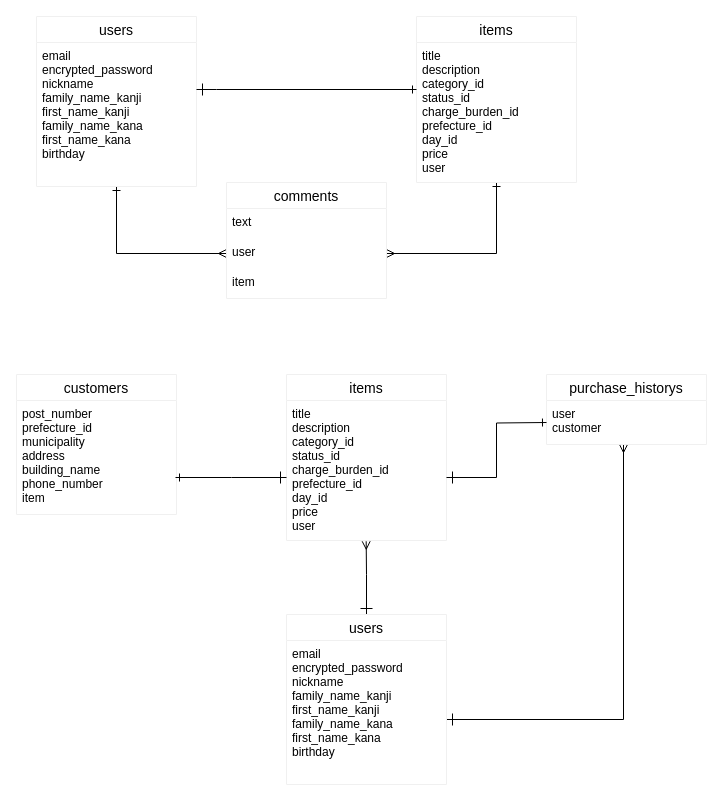
This is furima.dio from kyo-su/furima-35154, a draw.io file, before an edit. Source tidied: cells renumbered, new cells numbered last; positions are measured from the earlier drawing's top-left corner, leaving out a move shared by most shapes. Both pictures are drawn from the tidied source at 100%, with x=0, y=0 at pixel (16, 16).
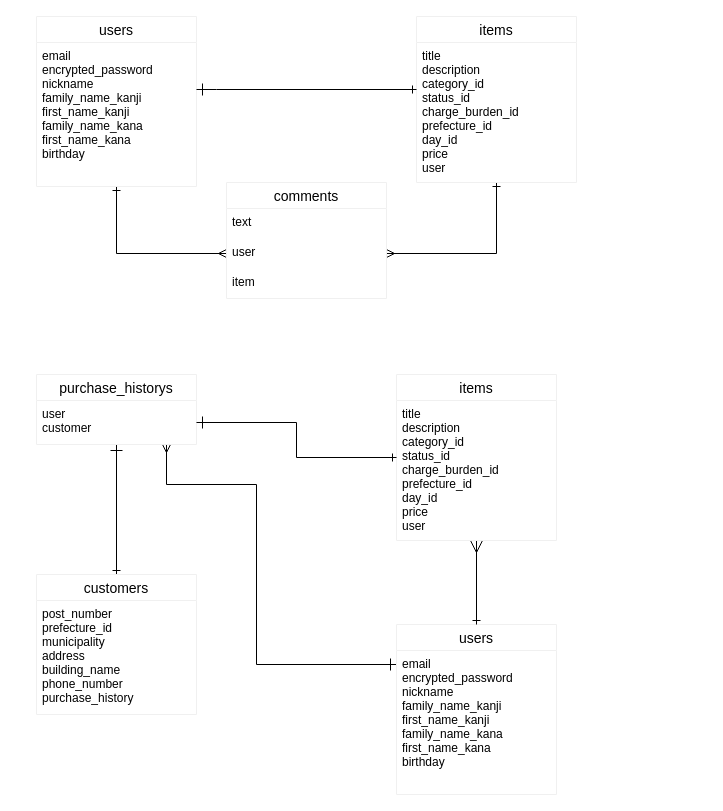
The same diagram, later.

Commit message (it also covers changes not shown here):
修正箇所の修正2

The change refers to these unchanged cells:
```xml
<mxCell id="21" value="encrypted_password&#10;nickname&#10;family_name_kanji&#10;first_name_kanji&#10;family_name_kana&#10;first_name_kana&#10;birthday" style="text;strokeColor=none;fillColor=none;spacingLeft=4;spacingRight=4;overflow=hidden;points=[[0,0.5],[1,0.5]];portConstraint=eastwest;fontSize=12;" parent="19" vertex="1">
  <mxGeometry y="40" width="160" height="130" as="geometry" />
</mxCell>
<mxCell id="24" value="description&#10;category_id&#10;status_id&#10;charge_burden_id&#10;prefecture_id&#10;day_id&#10;price&#10;user" style="text;strokeColor=none;fillColor=none;spacingLeft=4;spacingRight=4;overflow=hidden;points=[[0,0.5],[1,0.5]];portConstraint=eastwest;fontSize=12;" parent="22" vertex="1">
  <mxGeometry y="40" width="160" height="126" as="geometry" />
</mxCell>
<mxCell id="26" value="user&#10;customer" style="text;strokeColor=none;fillColor=none;spacingLeft=4;spacingRight=4;overflow=hidden;points=[[0,0.5],[1,0.5]];portConstraint=eastwest;fontSize=12;" parent="25" vertex="1">
  <mxGeometry y="26" width="160" height="44" as="geometry" />
</mxCell>
```

Diff of the diagram source:
```diff
@@
-    <mxCell id="17" style="edgeStyle=orthogonalEdgeStyle;rounded=0;jumpStyle=none;jettySize=auto;html=1;startArrow=ERone;startFill=0;endArrow=ERmany;endFill=0;startSize=10;sourcePerimeterSpacing=0;exitX=1;exitY=0.5;exitDx=0;exitDy=0;" parent="1" edge="1" source="21">
-      <mxGeometry relative="1" as="geometry">
-        <mxPoint x="607" y="428" as="targetPoint" />
-        <Array as="points">
-          <mxPoint x="607" y="703" />
-        </Array>
-      </mxGeometry>
-    </mxCell>
-    <mxCell id="18" style="edgeStyle=orthogonalEdgeStyle;rounded=0;jumpStyle=none;jettySize=auto;html=1;entryX=0.498;entryY=1.006;entryDx=0;entryDy=0;entryPerimeter=0;startArrow=ERone;startFill=0;endArrow=ERmany;endFill=0;startSize=10;sourcePerimeterSpacing=0;" parent="1" edge="1" source="19" target="24">
-      <mxGeometry relative="1" as="geometry">
-        <Array as="points">
-          <mxPoint x="350" y="558" />
-          <mxPoint x="350" y="558" />
-        </Array>
-      </mxGeometry>
-    </mxCell>
+    <mxCell id="31" style="edgeStyle=orthogonalEdgeStyle;rounded=0;jumpStyle=none;jettySize=auto;html=1;startArrow=ERone;startFill=0;endArrow=ERmany;endFill=0;startSize=10;sourcePerimeterSpacing=0;" parent="1" edge="1" source="19" target="25">
+      <mxGeometry relative="1" as="geometry">
+        <Array as="points">
+          <mxPoint x="240" y="648" />
+          <mxPoint x="240" y="468" />
+          <mxPoint x="150" y="468" />
+        </Array>
+      </mxGeometry>
+    </mxCell>
     <mxCell id="19" value="users" style="swimlane;fontStyle=0;horizontal=1;startSize=26;align=center;fontSize=14;strokeColor=#f0f0f0;" parent="1" vertex="1">
-      <mxGeometry x="270" y="598" width="160" height="170" as="geometry" />
+      <mxGeometry x="380" y="608" width="160" height="170" as="geometry" />
     </mxCell>
@@
+    <mxCell id="32" style="edgeStyle=orthogonalEdgeStyle;rounded=0;jumpStyle=none;jettySize=auto;html=1;startArrow=ERmany;startFill=0;endArrow=ERone;endFill=0;startSize=10;sourcePerimeterSpacing=0;" parent="1" edge="1" source="22" target="19">
+      <mxGeometry relative="1" as="geometry" />
+    </mxCell>
     <mxCell id="22" value="items" style="swimlane;fontStyle=0;horizontal=1;startSize=26;align=center;fontSize=14;strokeColor=#f0f0f0;" parent="1" vertex="1">
-      <mxGeometry x="270" y="358" width="160" height="166" as="geometry" />
+      <mxGeometry x="380" y="358" width="160" height="166" as="geometry" />
     </mxCell>
@@
+    <mxCell id="33" style="edgeStyle=orthogonalEdgeStyle;rounded=0;jumpStyle=none;jettySize=auto;html=1;startArrow=ERone;startFill=0;endArrow=ERone;endFill=0;startSize=10;sourcePerimeterSpacing=0;" parent="1" edge="1" source="25" target="27">
+      <mxGeometry relative="1" as="geometry" />
+    </mxCell>
     <mxCell id="25" value="purchase_historys" style="swimlane;fontStyle=0;horizontal=1;startSize=26;align=center;fontSize=14;strokeColor=#f0f0f0;" parent="1" vertex="1">
-      <mxGeometry x="530" y="358" width="160" height="70" as="geometry" />
+      <mxGeometry x="20" y="358" width="160" height="70" as="geometry" />
     </mxCell>
@@
     <mxCell id="27" value="customers" style="swimlane;fontStyle=0;horizontal=1;startSize=26;align=center;fontSize=14;strokeColor=#f0f0f0;" parent="1" vertex="1">
-      <mxGeometry y="358" width="160" height="140" as="geometry" />
+      <mxGeometry x="20" y="558" width="160" height="140" as="geometry" />
     </mxCell>
-    <mxCell id="28" value="post_number&#10;prefecture_id&#10;municipality&#10;address&#10;building_name&#10;phone_number&#10;item" style="text;strokeColor=none;fillColor=none;spacingLeft=4;spacingRight=4;overflow=hidden;fontSize=12;" parent="27" vertex="1">
+    <mxCell id="28" value="post_number&#10;prefecture_id&#10;municipality&#10;address&#10;building_name&#10;phone_number&#10;purchase_history" style="text;strokeColor=none;fillColor=none;spacingLeft=4;spacingRight=4;overflow=hidden;fontSize=12;" parent="27" vertex="1">
       <mxGeometry y="26" width="160" height="114" as="geometry" />
     </mxCell>
-    <mxCell id="29" style="edgeStyle=orthogonalEdgeStyle;rounded=0;jumpStyle=none;jettySize=auto;html=1;entryX=0;entryY=0.5;entryDx=0;entryDy=0;startArrow=ERone;startFill=0;endArrow=ERone;endFill=0;startSize=10;sourcePerimeterSpacing=0;" parent="1" edge="1" source="24">
-      <mxGeometry relative="1" as="geometry">
-        <mxPoint x="530" y="406" as="targetPoint" />
-      </mxGeometry>
-    </mxCell>
-    <mxCell id="30" style="edgeStyle=orthogonalEdgeStyle;rounded=0;jumpStyle=none;jettySize=auto;html=1;startArrow=ERone;startFill=0;endArrow=ERone;endFill=0;startSize=10;sourcePerimeterSpacing=0;" parent="1" edge="1" source="24">
-      <mxGeometry relative="1" as="geometry">
-        <mxPoint x="159" y="461" as="targetPoint" />
-      </mxGeometry>
-    </mxCell>
+    <mxCell id="34" style="edgeStyle=orthogonalEdgeStyle;rounded=0;jumpStyle=none;jettySize=auto;html=1;startArrow=ERone;startFill=0;endArrow=ERone;endFill=0;startSize=10;sourcePerimeterSpacing=0;" parent="1" edge="1" source="26" target="22">
+      <mxGeometry relative="1" as="geometry" />
+    </mxCell>
```
